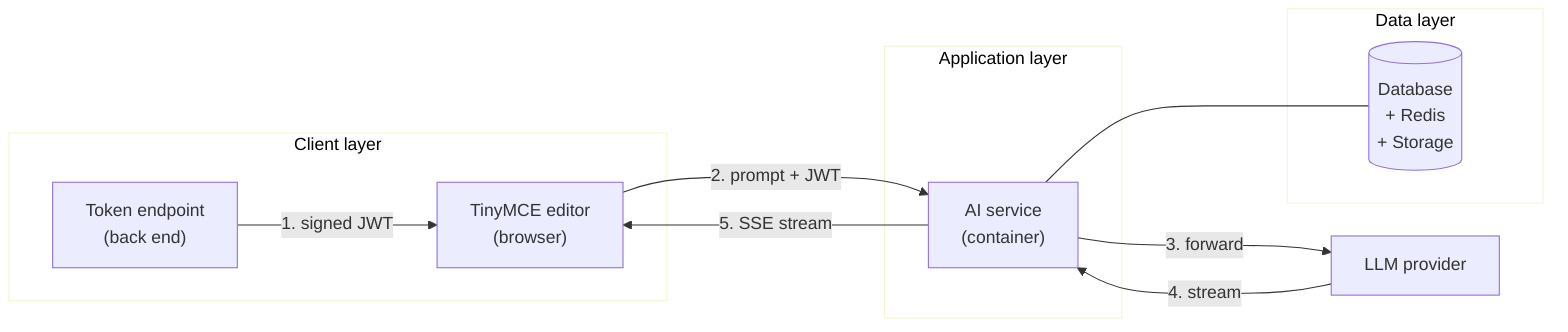
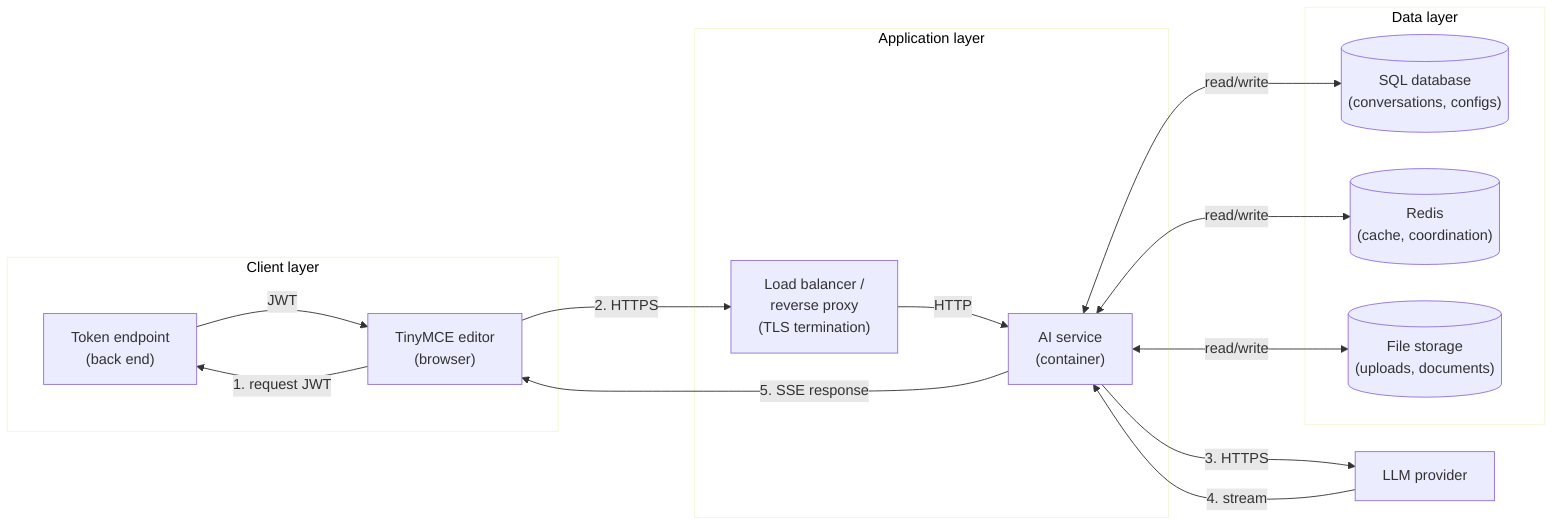
%%{init: {'theme': 'base', 'themeVariables': { 'primaryColor': '#ECECFF', 'primaryBorderColor': '#9370DB', 'lineColor': '#333333', 'edgeLabelBackground': '#e8e8e8', 'fontSize': '16px' }, 'flowchart': { 'nodeSpacing': 40, 'rankSpacing': 80 }}}%%
flowchart LR
    subgraph Client["Client layer"]
        Token["Token endpoint\n(back end)"]
        App["TinyMCE editor\n(browser)"]
    end

    subgraph Service["Application layer"]
+         LB["Load balancer /\nreverse proxy\n(TLS termination)"]
        AI["AI service\n(container)"]
    end

    subgraph Data["Data layer"]
-         DB[("Database\n+ Redis\n+ Storage")]
+         DB[("SQL database\n(conversations, configs)")]
+         Redis[("Redis\n(cache, coordination)")]
+         Storage[("File storage\n(uploads, documents)")]
    end

    LLM["LLM provider"]

-     Token -->|"1. signed JWT"| App
-     App -->|"2. prompt + JWT"| AI
-     AI -->|"5. SSE stream"| App
-     AI -->|"3. forward"| LLM
+     App -->|"1. request JWT"| Token
+     Token -->|"JWT"| App
+     App -->|"2. HTTPS"| LB
+     LB -->|"HTTP"| AI
+     AI -->|"3. HTTPS"| LLM
    LLM -->|"4. stream"| AI
-     AI --- DB
+     AI -->|"5. SSE response"| App
+     AI <-->|"read/write"| DB
+     AI <-->|"read/write"| Redis
+     AI <-->|"read/write"| Storage
